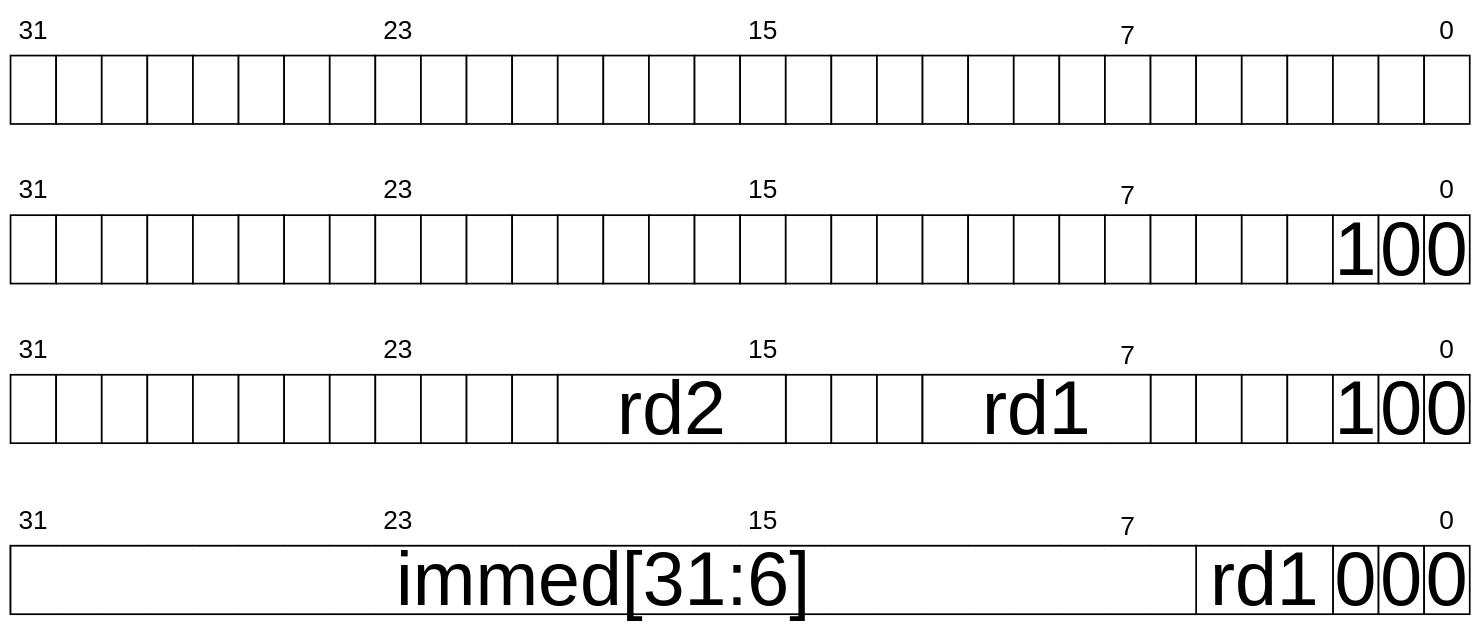
AnthonyKenny98/Thesis keeps this draw.io diagram as page "Page-5" (5 of 5) of Writeups/4_Report/chapters/chapter4/img/Chapter4.drawio. Above is the earlier version. Source tidied: cells renumbered, new cells numbered last; positions are measured from the earlier drawing's top-left corner, leaving out a move shared by most shapes. Both pictures are drawn from the tidied source at 57%, with x=0, y=0 at pixel (10, 10).
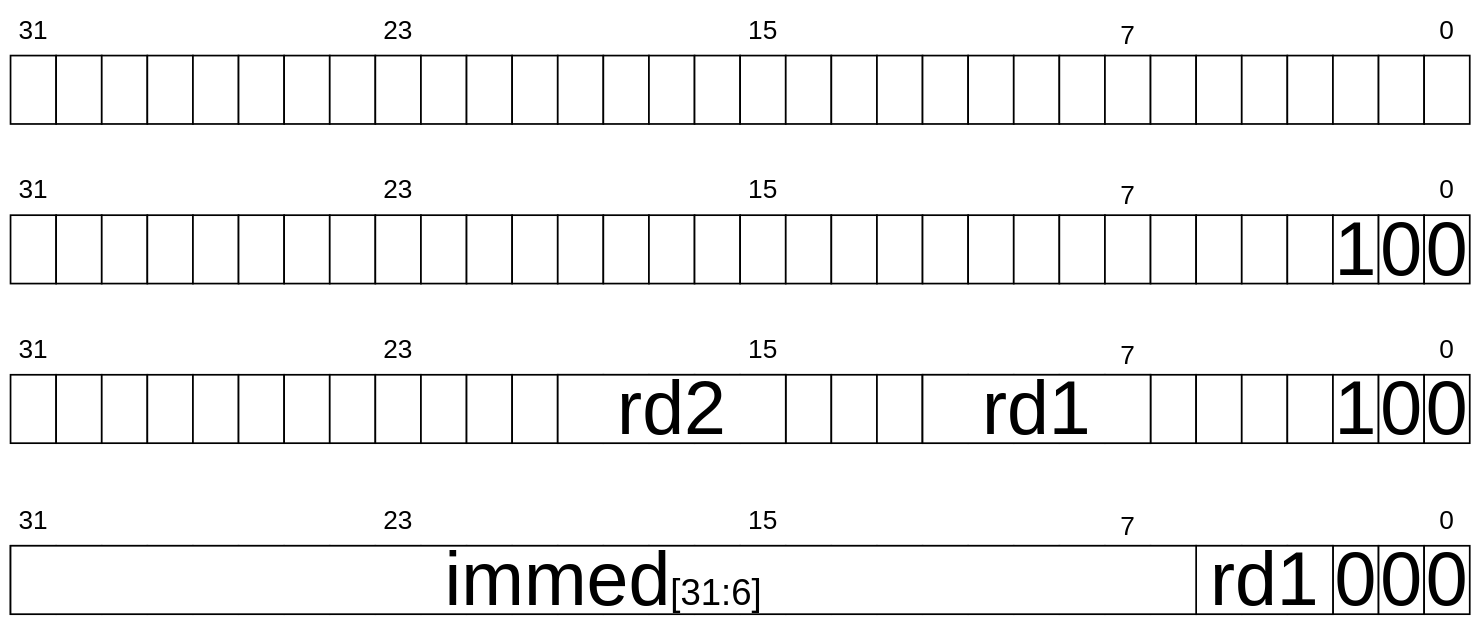
After the change.

Change to the diagram source:
```diff
@@
-    <mxCell id="153" value="immed[31:6]" style="rounded=0;whiteSpace=wrap;html=1;strokeColor=#000000;fontSize=132;align=center;strokeWidth=3;" parent="1" vertex="1">
+    <mxCell id="153" value="immed&lt;font style=&quot;font-size: 64px&quot;&gt;[31:6]&lt;/font&gt;" style="rounded=0;whiteSpace=wrap;html=1;strokeColor=#000000;fontSize=132;align=center;strokeWidth=3;verticalAlign=middle;" parent="1" vertex="1">
       <mxGeometry y="940" width="2080" height="120" as="geometry" />
     </mxCell>
```
